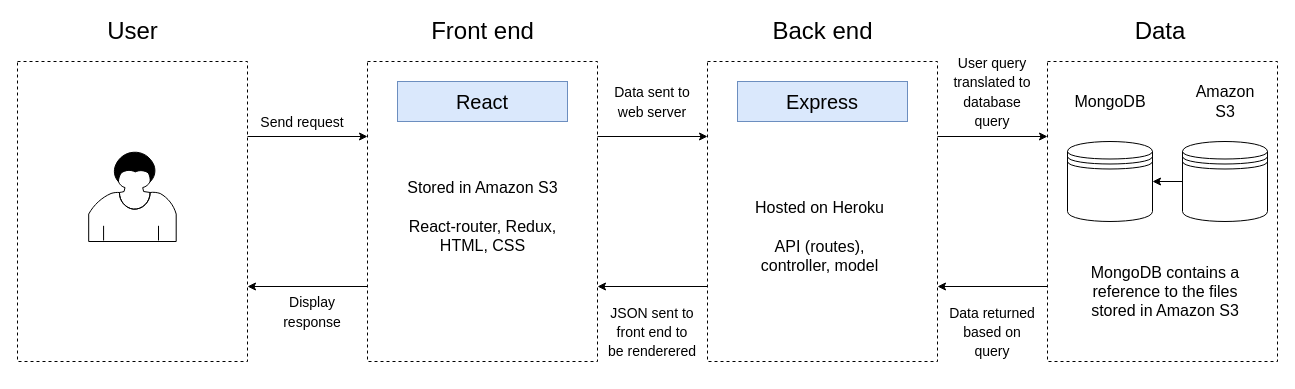
The draw.io diagram docs/MERN Application Architecture.drawio in Mark-Ball/T3A2_PartA, before the edit. Source tidied: cells renumbered, new cells numbered last; positions are measured from the earlier drawing's top-left corner, leaving out a move shared by most shapes. Both pictures are drawn from the tidied source at 100%, with x=0, y=0 at pixel (17, 21).
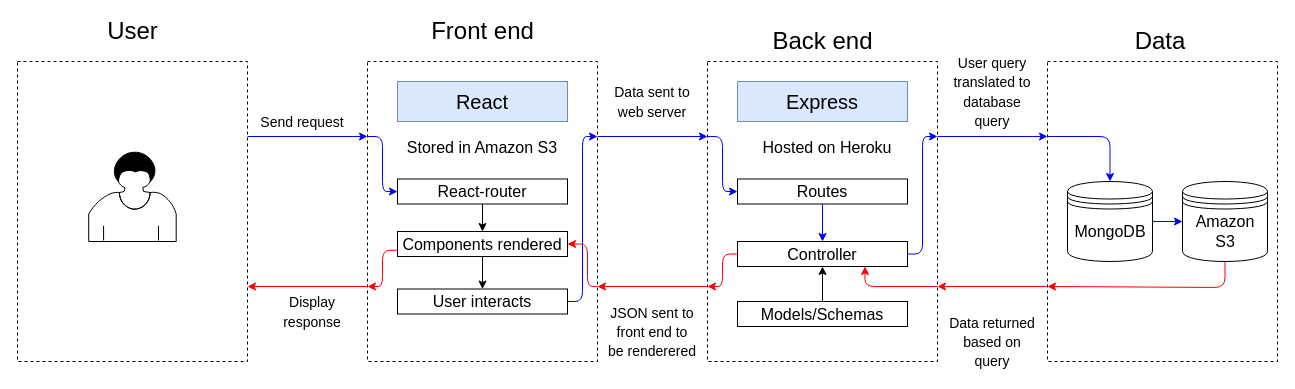
Above is the later version.

Commit message (it also covers changes not shown here):
improved application architecture diagram

The change refers to these unchanged cells:
```xml
<mxCell id="2" style="rounded=0;whiteSpace=wrap;html=1;dashed=1;fillColor=none;perimeterSpacing=0;" parent="1" vertex="1">
  <mxGeometry y="40" width="230" height="300" as="geometry" />
</mxCell>
<mxCell id="3" style="rounded=0;whiteSpace=wrap;html=1;dashed=1;fillColor=none;perimeterSpacing=0;" parent="1" vertex="1">
  <mxGeometry x="1030" y="40" width="230" height="300" as="geometry" />
</mxCell>
<mxCell id="15" style="rounded=0;whiteSpace=wrap;html=1;dashed=1;fillColor=none;perimeterSpacing=0;" parent="1" vertex="1">
  <mxGeometry x="350" y="40" width="230" height="300" as="geometry" />
</mxCell>
```

Diff of the diagram source:
```diff
@@
+    <mxCell id="12" style="rounded=0;whiteSpace=wrap;html=1;dashed=1;fillColor=none;perimeterSpacing=0;" parent="1" vertex="1">
+      <mxGeometry x="690" y="40" width="230" height="300" as="geometry" />
+    </mxCell>
@@
     <mxCell id="4" value="MongoDB" style="text;html=1;strokeColor=none;fillColor=none;align=center;verticalAlign=middle;whiteSpace=wrap;rounded=0;fontSize=16;" parent="1" vertex="1">
-      <mxGeometry x="1062.5" y="70" width="60" height="20" as="geometry" />
+      <mxGeometry x="1062.5" y="200" width="60" height="20" as="geometry" />
     </mxCell>
     <mxCell id="5" value="Data" style="text;html=1;strokeColor=none;fillColor=none;align=center;verticalAlign=middle;whiteSpace=wrap;rounded=0;dashed=1;fontSize=24;" parent="1" vertex="1">
-      <mxGeometry x="1122.5" width="40" height="20" as="geometry" />
+      <mxGeometry x="1122.5" y="10" width="40" height="20" as="geometry" />
     </mxCell>
+    <mxCell id="33" style="edgeStyle=orthogonalEdgeStyle;rounded=0;jettySize=auto;html=1;exitX=1;exitY=0.5;exitDx=0;exitDy=0;entryX=0;entryY=0.5;entryDx=0;entryDy=0;fontSize=16;strokeColor=#0000FF;" parent="1" edge="1" source="6" target="8">
+      <mxGeometry relative="1" as="geometry" />
+    </mxCell>
     <mxCell id="6" style="shape=datastore;whiteSpace=wrap;html=1;fillColor=none;" parent="1" vertex="1">
-      <mxGeometry x="1050" y="120" width="85" height="80" as="geometry" />
+      <mxGeometry x="1050" y="160" width="85" height="80" as="geometry" />
     </mxCell>
-    <mxCell id="7" style="edgeStyle=orthogonalEdgeStyle;rounded=0;jettySize=auto;html=1;exitX=0;exitY=0.5;exitDx=0;exitDy=0;entryX=1;entryY=0.5;entryDx=0;entryDy=0;" parent="1" edge="1" source="8" target="6">
-      <mxGeometry relative="1" as="geometry" />
-    </mxCell>
     <mxCell id="8" style="shape=datastore;whiteSpace=wrap;html=1;fillColor=none;" parent="1" vertex="1">
-      <mxGeometry x="1165" y="120" width="85" height="80" as="geometry" />
+      <mxGeometry x="1165" y="160" width="85" height="80" as="geometry" />
     </mxCell>
     <mxCell id="9" value="Amazon S3" style="text;html=1;strokeColor=none;fillColor=none;align=center;verticalAlign=middle;whiteSpace=wrap;rounded=0;fontSize=16;" parent="1" vertex="1">
-      <mxGeometry x="1177.5" y="70" width="60" height="20" as="geometry" />
+      <mxGeometry x="1177.5" y="200" width="60" height="20" as="geometry" />
     </mxCell>
-    <mxCell id="10" style="endArrow=classic;html=1;exitX=0;exitY=0.75;exitDx=0;exitDy=0;entryX=1;entryY=0.75;entryDx=0;entryDy=0;" parent="1" edge="1" source="3" target="12">
+    <mxCell id="10" style="endArrow=classic;html=1;exitX=0;exitY=0.75;exitDx=0;exitDy=0;entryX=1;entryY=0.75;entryDx=0;entryDy=0;strokeColor=#FF0000;" parent="1" edge="1" source="3" target="12">
       <mxGeometry relative="1" as="geometry" />
     </mxCell>
-    <mxCell id="11" value="MongoDB contains a reference to the files stored in Amazon S3" style="text;html=1;strokeColor=none;fillColor=none;align=center;verticalAlign=middle;whiteSpace=wrap;rounded=0;fontSize=16;" parent="1" vertex="1">
-      <mxGeometry x="1057.5" y="240" width="180" height="60" as="geometry" />
-    </mxCell>
-    <mxCell id="12" style="rounded=0;whiteSpace=wrap;html=1;dashed=1;fillColor=none;perimeterSpacing=0;" parent="1" vertex="1">
-      <mxGeometry x="690" y="40" width="230" height="300" as="geometry" />
-    </mxCell>
     <mxCell id="13" value="Back end" style="text;html=1;strokeColor=none;fillColor=none;align=center;verticalAlign=middle;whiteSpace=wrap;rounded=0;dashed=1;fontSize=24;" parent="1" vertex="1">
-      <mxGeometry x="747.5" width="115" height="20" as="geometry" />
+      <mxGeometry x="747.5" y="10" width="115" height="20" as="geometry" />
     </mxCell>
-    <mxCell id="14" style="endArrow=classic;html=1;exitX=1;exitY=0.25;exitDx=0;exitDy=0;entryX=0;entryY=0.25;entryDx=0;entryDy=0;" parent="1" edge="1" source="12" target="3">
+    <mxCell id="14" style="endArrow=classic;html=1;entryX=0;entryY=0.25;entryDx=0;entryDy=0;exitX=1;exitY=0.25;exitDx=0;exitDy=0;strokeColor=#0000FF;" parent="1" edge="1" source="12" target="3">
       <mxGeometry relative="1" as="geometry" />
     </mxCell>
@@
-    <mxCell id="19" style="endArrow=classic;html=1;exitX=1;exitY=0.25;exitDx=0;exitDy=0;entryX=0;entryY=0.25;entryDx=0;entryDy=0;" parent="1" edge="1" source="2" target="15">
+    <mxCell id="19" style="endArrow=classic;html=1;exitX=1;exitY=0.25;exitDx=0;exitDy=0;entryX=0;entryY=0.25;entryDx=0;entryDy=0;fontColor=#000000;labelBackgroundColor=#FFFFFF;strokeColor=#0000FF;" parent="1" edge="1" source="2" target="15">
       <mxGeometry relative="1" as="geometry" />
     </mxCell>
@@
-    <mxCell id="21" style="endArrow=classic;html=1;exitX=0;exitY=0.75;exitDx=0;exitDy=0;entryX=1;entryY=0.75;entryDx=0;entryDy=0;" parent="1" edge="1" source="15" target="2">
+    <mxCell id="21" style="endArrow=classic;html=1;exitX=0;exitY=0.75;exitDx=0;exitDy=0;entryX=1;entryY=0.75;entryDx=0;entryDy=0;strokeColor=#FF0000;" parent="1" edge="1" source="15" target="2">
       <mxGeometry relative="1" as="geometry" />
     </mxCell>
     <mxCell id="22" value="&lt;font style=&quot;font-size: 14px&quot;&gt;Display response&lt;/font&gt;" style="text;html=1;strokeColor=none;fillColor=none;align=center;verticalAlign=middle;whiteSpace=wrap;rounded=0;fontSize=16;" parent="1" vertex="1">
-      <mxGeometry x="249.7" y="280" width="90" height="20" as="geometry" />
+      <mxGeometry x="249.6" y="280" width="90" height="20" as="geometry" />
     </mxCell>
@@
-    <mxCell id="24" value="Stored in Amazon S3&lt;br style=&quot;font-size: 16px&quot;&gt;&lt;br style=&quot;font-size: 16px&quot;&gt;React-router, Redux, HTML, CSS" style="text;html=1;strokeColor=none;fillColor=none;align=center;verticalAlign=middle;whiteSpace=wrap;rounded=0;fontSize=16;" parent="1" vertex="1">
-      <mxGeometry x="387.5" y="110" width="155" height="170" as="geometry" />
+    <mxCell id="24" value="Stored in Amazon S3&lt;br&gt;&lt;div&gt;&lt;br&gt;&lt;/div&gt;" style="text;html=1;strokeColor=none;fillColor=none;align=center;verticalAlign=top;whiteSpace=wrap;rounded=0;fontSize=16;" parent="1" vertex="1">
+      <mxGeometry x="380" y="110" width="170" height="30" as="geometry" />
     </mxCell>
-    <mxCell id="25" style="endArrow=classic;html=1;exitX=1;exitY=0.25;exitDx=0;exitDy=0;entryX=0;entryY=0.25;entryDx=0;entryDy=0;" parent="1" edge="1" source="15" target="12">
-      <mxGeometry relative="1" as="geometry" />
+    <mxCell id="25" style="endArrow=classic;html=1;exitX=1;exitY=0.25;exitDx=0;exitDy=0;entryX=0;entryY=0.25;entryDx=0;entryDy=0;strokeColor=#0000FF;" parent="1" edge="1" source="15">
+      <mxGeometry relative="1" as="geometry">
+        <mxPoint x="690" y="115" as="targetPoint" />
+      </mxGeometry>
     </mxCell>
@@
-    <mxCell id="27" value="Hosted on Heroku&lt;br style=&quot;font-size: 16px;&quot;&gt;&lt;br style=&quot;font-size: 16px;&quot;&gt;API (routes), controller, model" style="text;html=1;strokeColor=none;fillColor=none;align=center;verticalAlign=middle;whiteSpace=wrap;rounded=0;fontSize=16;" parent="1" vertex="1">
-      <mxGeometry x="725" y="140" width="155" height="150" as="geometry" />
+    <mxCell id="27" value="Hosted on Heroku" style="text;html=1;strokeColor=none;fillColor=none;align=center;verticalAlign=top;whiteSpace=wrap;rounded=0;fontSize=16;" parent="1" vertex="1">
+      <mxGeometry x="730" y="110" width="160" height="30" as="geometry" />
     </mxCell>
@@
-    <mxCell id="29" style="endArrow=classic;html=1;exitX=0;exitY=0.75;exitDx=0;exitDy=0;entryX=1;entryY=0.75;entryDx=0;entryDy=0;" parent="1" edge="1" source="12" target="15">
+    <mxCell id="29" style="endArrow=classic;html=1;exitX=0;exitY=0.75;exitDx=0;exitDy=0;entryX=1;entryY=0.75;entryDx=0;entryDy=0;strokeColor=#FF0000;" parent="1" edge="1" source="12" target="15">
       <mxGeometry relative="1" as="geometry" />
     </mxCell>
@@
     <mxCell id="32" value="&lt;font style=&quot;font-size: 14px&quot;&gt;Data returned based on query&lt;/font&gt;" style="text;html=1;strokeColor=none;fillColor=none;align=center;verticalAlign=middle;whiteSpace=wrap;rounded=0;fontSize=16;" parent="1" vertex="1">
-      <mxGeometry x="930" y="280" width="90" height="60" as="geometry" />
+      <mxGeometry x="930" y="290" width="90" height="60" as="geometry" />
     </mxCell>
+    <mxCell id="34" value="Routes" style="rounded=0;whiteSpace=wrap;html=1;align=center;fontSize=16;" parent="1" vertex="1">
+      <mxGeometry x="720" y="157.5" width="170" height="25" as="geometry" />
+    </mxCell>
+    <mxCell id="35" style="endArrow=classic;html=1;fontSize=16;exitX=0.5;exitY=1;exitDx=0;exitDy=0;entryX=0.5;entryY=0;entryDx=0;entryDy=0;strokeColor=#0000FF;" parent="1" edge="1" source="34" target="39">
+      <mxGeometry relative="1" as="geometry" />
+    </mxCell>
+    <mxCell id="36" value="React-router" style="rounded=0;whiteSpace=wrap;html=1;align=center;fontSize=16;" parent="1" vertex="1">
+      <mxGeometry x="380" y="157.5" width="170" height="25" as="geometry" />
+    </mxCell>
+    <mxCell id="37" style="endArrow=classic;html=1;fontSize=16;exitX=0.5;exitY=1;exitDx=0;exitDy=0;entryX=0.5;entryY=0;entryDx=0;entryDy=0;" parent="1" edge="1" source="36" target="38">
+      <mxGeometry relative="1" as="geometry" />
+    </mxCell>
+    <mxCell id="38" value="Components rendered" style="rounded=0;whiteSpace=wrap;html=1;align=center;fontSize=16;" parent="1" vertex="1">
+      <mxGeometry x="380" y="210" width="170" height="25" as="geometry" />
+    </mxCell>
+    <mxCell id="39" value="Controller" style="rounded=0;whiteSpace=wrap;html=1;align=center;fontSize=16;" parent="1" vertex="1">
+      <mxGeometry x="720" y="220" width="170" height="25" as="geometry" />
+    </mxCell>
+    <mxCell id="40" value="Models/Schemas" style="rounded=0;whiteSpace=wrap;html=1;align=center;fontSize=16;" parent="1" vertex="1">
+      <mxGeometry x="720" y="280" width="170" height="25" as="geometry" />
+    </mxCell>
+    <mxCell id="41" style="endArrow=classic;html=1;fontSize=16;exitX=0.5;exitY=0;exitDx=0;exitDy=0;entryX=0.5;entryY=1;entryDx=0;entryDy=0;" parent="1" edge="1" source="40" target="39">
+      <mxGeometry relative="1" as="geometry" />
+    </mxCell>
+    <mxCell id="42" style="edgeStyle=elbowEdgeStyle;elbow=horizontal;endArrow=classic;html=1;fontSize=16;exitX=0;exitY=0.25;exitDx=0;exitDy=0;entryX=0;entryY=0.5;entryDx=0;entryDy=0;strokeColor=#0000FF;" parent="1" edge="1" source="15" target="36">
+      <mxGeometry relative="1" as="geometry" />
+    </mxCell>
+    <mxCell id="43" value="User interacts" style="rounded=0;whiteSpace=wrap;html=1;align=center;fontSize=16;" parent="1" vertex="1">
+      <mxGeometry x="380" y="267.5" width="170" height="25" as="geometry" />
+    </mxCell>
+    <mxCell id="44" style="endArrow=classic;html=1;fontSize=16;exitX=0.5;exitY=1;exitDx=0;exitDy=0;entryX=0.5;entryY=0;entryDx=0;entryDy=0;" parent="1" edge="1" source="38" target="43">
+      <mxGeometry relative="1" as="geometry" />
+    </mxCell>
+    <mxCell id="45" style="edgeStyle=elbowEdgeStyle;elbow=horizontal;endArrow=classic;html=1;fontSize=16;exitX=1;exitY=0.5;exitDx=0;exitDy=0;entryX=1;entryY=0.25;entryDx=0;entryDy=0;strokeColor=#0000FF;" parent="1" edge="1" source="43" target="15">
+      <mxGeometry relative="1" as="geometry" />
+    </mxCell>
+    <mxCell id="46" style="edgeStyle=elbowEdgeStyle;elbow=horizontal;endArrow=classic;html=1;fontSize=16;exitX=0;exitY=0.25;exitDx=0;exitDy=0;entryX=0;entryY=0.5;entryDx=0;entryDy=0;strokeColor=#0000FF;" parent="1" edge="1" source="12" target="34">
+      <mxGeometry relative="1" as="geometry" />
+    </mxCell>
+    <mxCell id="47" style="edgeStyle=elbowEdgeStyle;elbow=horizontal;endArrow=classic;html=1;fontSize=16;exitX=1;exitY=0.5;exitDx=0;exitDy=0;entryX=1;entryY=0.25;entryDx=0;entryDy=0;strokeColor=#0000FF;" parent="1" edge="1" source="39" target="12">
+      <mxGeometry relative="1" as="geometry" />
+    </mxCell>
+    <mxCell id="48" style="edgeStyle=segmentEdgeStyle;endArrow=classic;html=1;fontSize=16;exitX=0;exitY=0.25;exitDx=0;exitDy=0;strokeColor=#0000FF;" parent="1" edge="1" source="3" target="6">
+      <mxGeometry relative="1" as="geometry" />
+    </mxCell>
+    <mxCell id="49" style="edgeStyle=elbowEdgeStyle;elbow=horizontal;endArrow=classic;html=1;fontSize=16;exitX=0;exitY=0.5;exitDx=0;exitDy=0;entryX=0;entryY=0.75;entryDx=0;entryDy=0;strokeColor=#FF0000;" parent="1" edge="1" source="39" target="12">
+      <mxGeometry relative="1" as="geometry" />
+    </mxCell>
+    <mxCell id="50" style="edgeStyle=segmentEdgeStyle;endArrow=classic;html=1;fontSize=16;exitX=0.5;exitY=1;exitDx=0;exitDy=0;entryX=0;entryY=0.75;entryDx=0;entryDy=0;strokeColor=#FF0000;" parent="1" edge="1" source="8" target="3">
+      <mxGeometry relative="1" as="geometry">
+        <Array as="points">
+          <mxPoint x="1207" y="266" />
+        </Array>
+      </mxGeometry>
+    </mxCell>
+    <mxCell id="51" style="edgeStyle=elbowEdgeStyle;elbow=horizontal;endArrow=classic;html=1;labelBackgroundColor=#FFFFFF;strokeColor=#FF0000;fontSize=16;fontColor=#000000;exitX=1;exitY=0.75;exitDx=0;exitDy=0;entryX=1;entryY=0.5;entryDx=0;entryDy=0;" parent="1" edge="1" source="15" target="38">
+      <mxGeometry relative="1" as="geometry">
+        <Array as="points">
+          <mxPoint x="570" y="220" />
+        </Array>
+      </mxGeometry>
+    </mxCell>
+    <mxCell id="52" style="edgeStyle=elbowEdgeStyle;elbow=horizontal;endArrow=classic;html=1;labelBackgroundColor=#FFFFFF;strokeColor=#FF0000;fontSize=16;fontColor=#000000;exitX=0;exitY=0.75;exitDx=0;exitDy=0;entryX=0;entryY=0.75;entryDx=0;entryDy=0;" parent="1" edge="1" source="38" target="15">
+      <mxGeometry relative="1" as="geometry" />
+    </mxCell>
+    <mxCell id="53" style="edgeStyle=segmentEdgeStyle;endArrow=classic;html=1;labelBackgroundColor=#FFFFFF;strokeColor=#FF0000;fontSize=16;fontColor=#000000;exitX=1;exitY=0.75;exitDx=0;exitDy=0;entryX=0.75;entryY=1;entryDx=0;entryDy=0;" parent="1" edge="1" source="12" target="39">
+      <mxGeometry relative="1" as="geometry" />
+    </mxCell>
```
